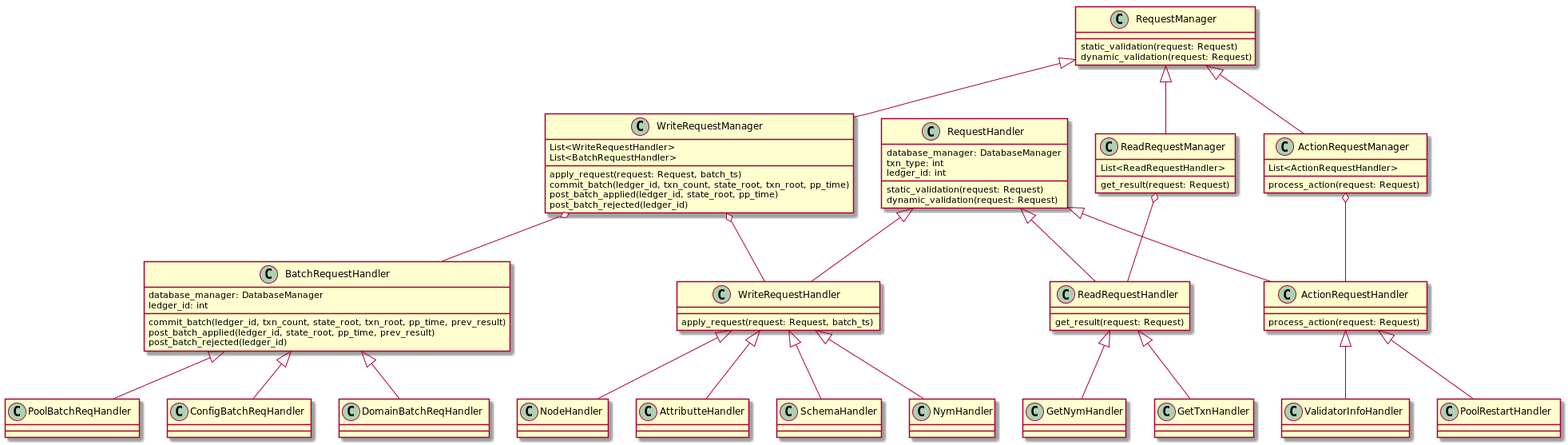
Before: design/request_management.png, a diagram exported from PlantUML (hyperledger/indy-node).
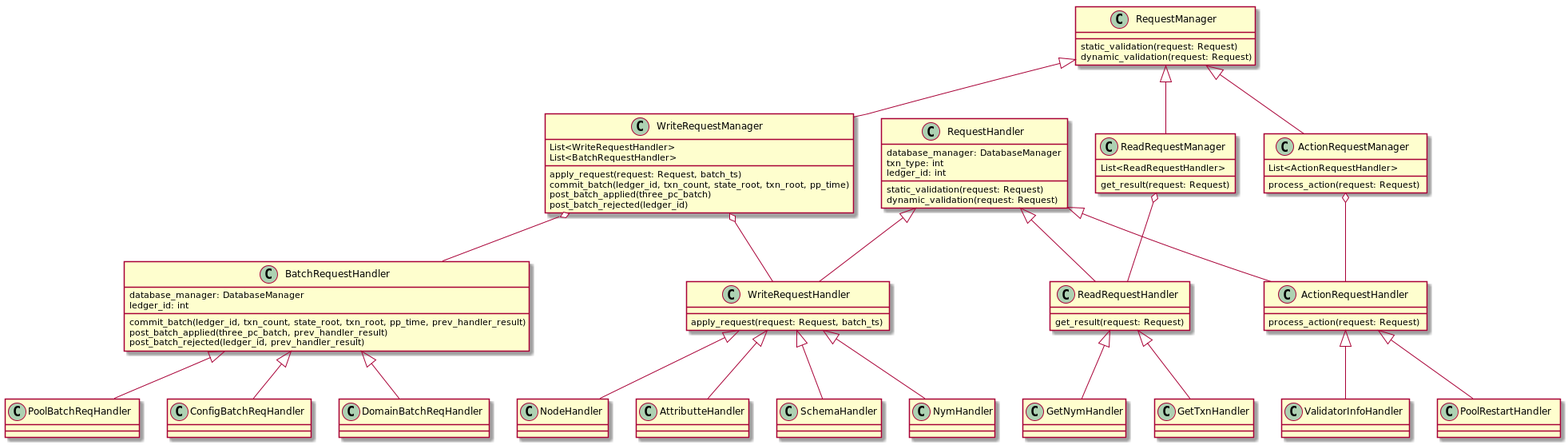
Later version of the same file.

The edit, as a diff of the source:
```diff
@@ -20,7 +20,7 @@
 class WriteRequestManager{
 apply_request(request: Request, batch_ts)
 commit_batch(ledger_id, txn_count, state_root, txn_root, pp_time)
-post_batch_applied(ledger_id, state_root, pp_time)
+post_batch_applied(three_pc_batch)
 post_batch_rejected(ledger_id)
 }
 
@@ -31,9 +31,9 @@
 class BatchRequestHandler{
 database_manager: DatabaseManager
 ledger_id: int
-commit_batch(ledger_id, txn_count, state_root, txn_root, pp_time, prev_result)
-post_batch_applied(ledger_id, state_root, pp_time, prev_result)
-post_batch_rejected(ledger_id)
+commit_batch(ledger_id, txn_count, state_root, txn_root, pp_time, prev_handler_result)
+post_batch_applied(three_pc_batch, prev_handler_result)
+post_batch_rejected(ledger_id, prev_handler_result)
 }
 
 class ReadRequestManager{
```
